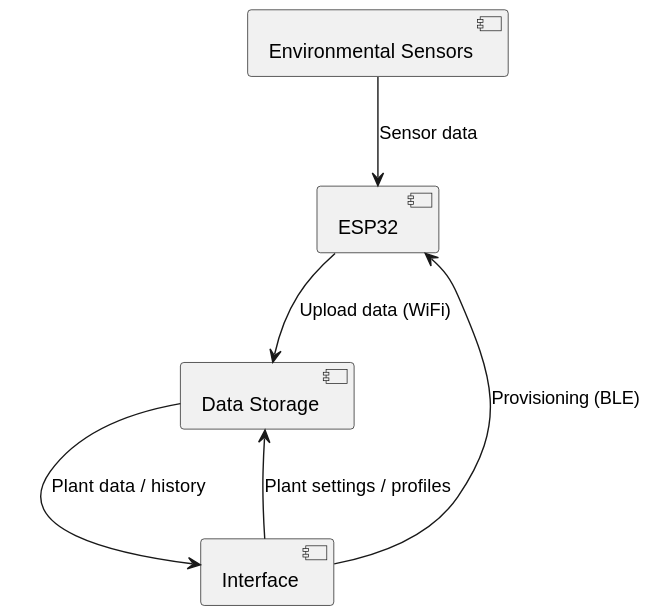
Earlier version of the PlantUML export sem-7-AI/personal-project/docs/system-design/images/hw-diagram.svg (caseystijlaart/Fontys).
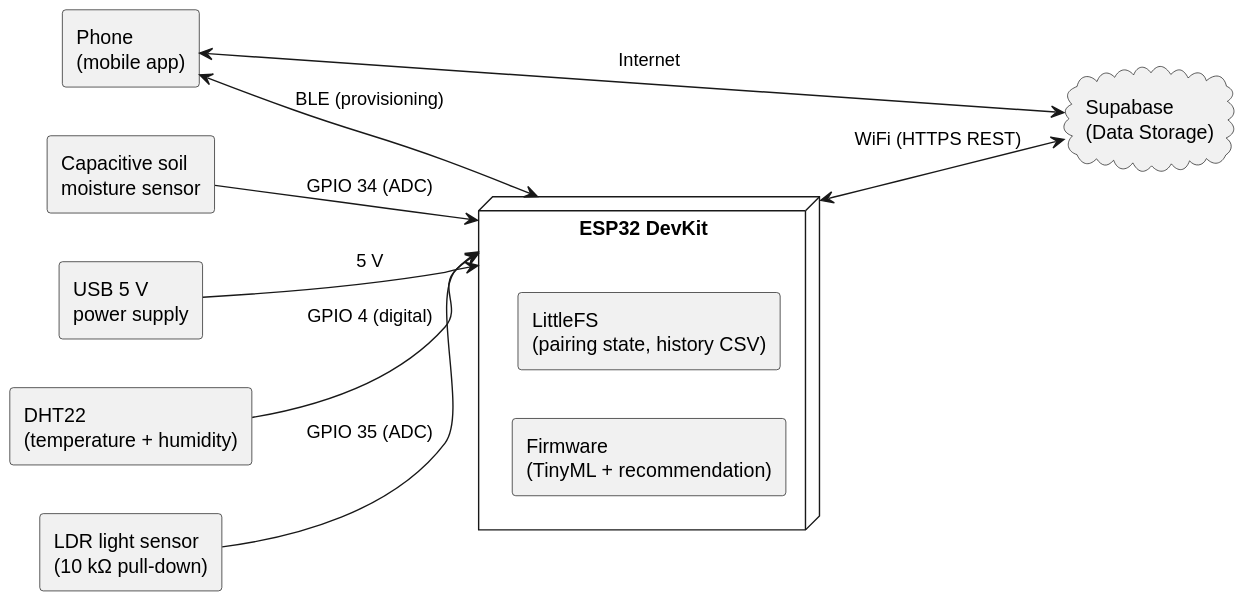
Later version of the same file.

Diff of the diagram source:
```diff
@@ -1,15 +1,26 @@
 @startuml
-component "Environmental Sensors" as ES
-component "ESP32 " as ESP
-component "Data Storage" as DS
-component "Interface" as IF
+left to right direction
+skinparam componentStyle rectangle
 
-ES --> ESP : Sensor data
+node "ESP32 DevKit" as ESP {
+  component "Firmware\n(TinyML + recommendation)" as FW
+  component "LittleFS\n(pairing state, history CSV)" as LFS
+}
 
-ESP --> DS : Upload data (WiFi)
-DS --> IF : Plant data / history
+component "Capacitive soil\nmoisture sensor" as Soil
+component "DHT22\n(temperature + humidity)" as DHT
+component "LDR light sensor\n(10 kΩ pull-down)" as LDR
 
-IF --> DS : Plant settings / profiles
+cloud "Supabase\n(Data Storage)" as SB
+component "Phone\n(mobile app)" as App
+component "USB 5 V\npower supply" as PWR
 
-IF --> ESP : Provisioning (BLE)
+Soil --> ESP : GPIO 34 (ADC)
+DHT --> ESP : GPIO 4 (digital)
+LDR --> ESP : GPIO 35 (ADC)
+PWR --> ESP : 5 V
+
+ESP <--> SB : WiFi (HTTPS REST)
+App <--> ESP : BLE (provisioning)
+App <--> SB : Internet
 @enduml
```
